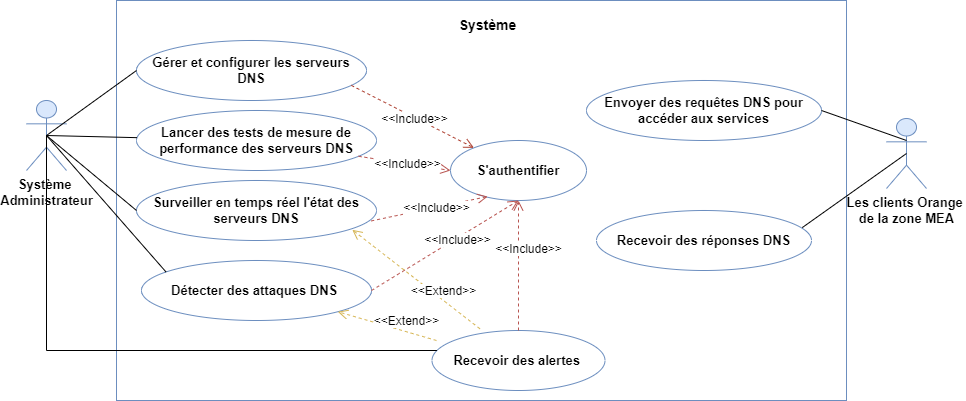
The draw.io diagram GlobalUseCase.drawio.png in eya-harbaoui/Diagramms, before a commit. Source tidied: cells renumbered, new cells last; positions are measured from the earlier drawing's top-left corner, leaving out a move shared by most shapes.
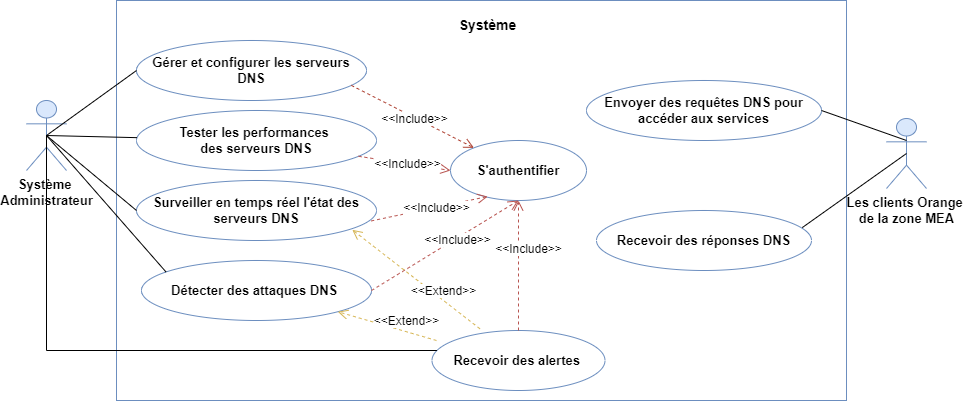
The same file after the commit.

The edit, as a diff of the source:
```diff
@@ -14,7 +14,7 @@
     <mxCell id="5" value="&lt;b&gt;&lt;font style=&quot;font-size: 14px;&quot;&gt;Système&lt;/font&gt;&lt;/b&gt;" style="text;strokeColor=none;align=center;fillColor=none;html=1;verticalAlign=middle;whiteSpace=wrap;rounded=0;" parent="1" vertex="1">
       <mxGeometry x="424" y="10" width="75" height="30" as="geometry" />
     </mxCell>
-    <mxCell id="6" value="&lt;b&gt;&lt;font style=&quot;font-size: 13px;&quot;&gt;Lancer des tests de mesure de performance des serveurs DNS&lt;/font&gt;&lt;/b&gt;" style="ellipse;whiteSpace=wrap;html=1;fillColor=#ffffff;strokeColor=#6C8EBF;" parent="1" vertex="1">
+    <mxCell id="6" value="&lt;b&gt;&lt;font style=&quot;font-size: 13px;&quot;&gt;Tester les performances&amp;nbsp;&lt;/font&gt;&lt;/b&gt;&lt;div&gt;&lt;b&gt;&lt;font style=&quot;font-size: 13px;&quot;&gt;des serveurs DNS&lt;/font&gt;&lt;/b&gt;&lt;/div&gt;" style="ellipse;whiteSpace=wrap;html=1;fillColor=#ffffff;strokeColor=#6C8EBF;" parent="1" vertex="1">
       <mxGeometry x="110" y="110" width="240" height="60" as="geometry" />
     </mxCell>
     <mxCell id="7" value="&lt;b&gt;&lt;font style=&quot;font-size: 13px;&quot;&gt;Surveiller en temps réel l'état des serveurs DNS&lt;/font&gt;&lt;/b&gt;" style="ellipse;whiteSpace=wrap;html=1;strokeColor=#6C8EBF;" parent="1" vertex="1">
```
